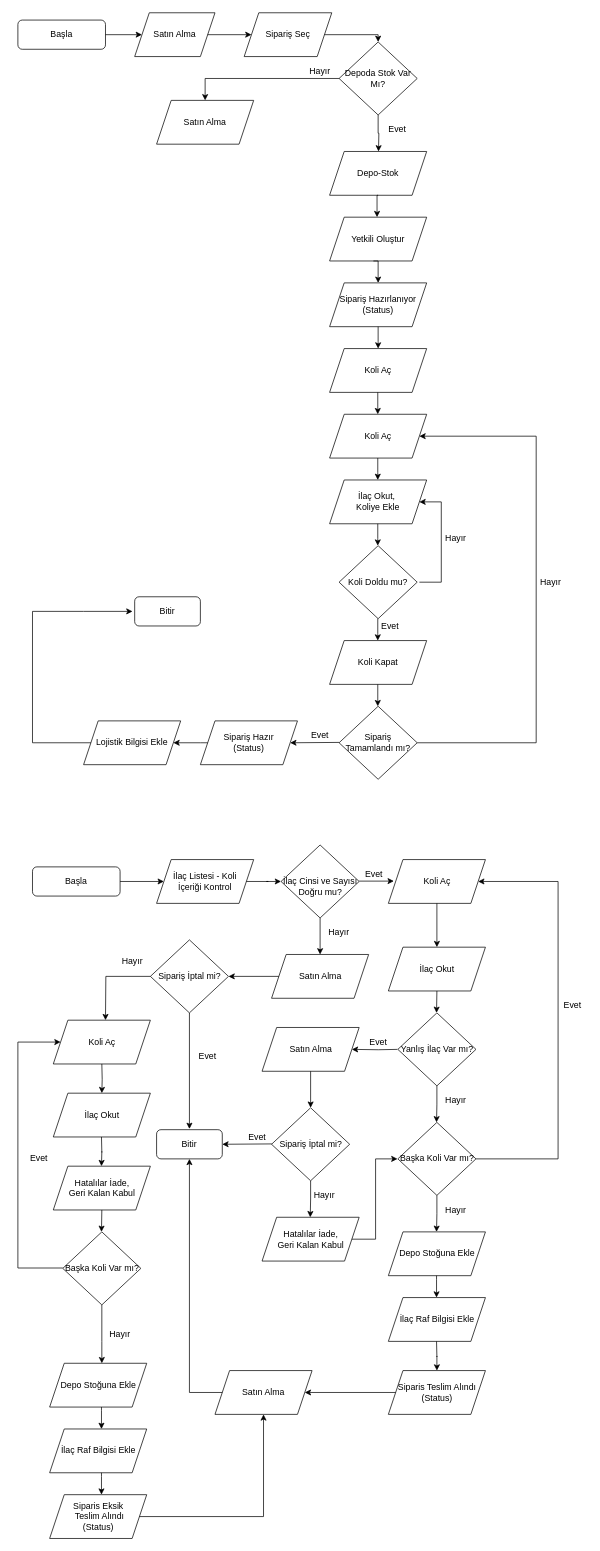
The draw.io diagram akisdiyagrami.drawio in viavolkan/DB_Diyagram, before the edit. Source tidied: cells renumbered, new cells numbered last; positions are measured from the earlier drawing's top-left corner, leaving out a move shared by most shapes. Both pictures are drawn from the tidied source at 73%, with x=0, y=0 at pixel (18, 12).
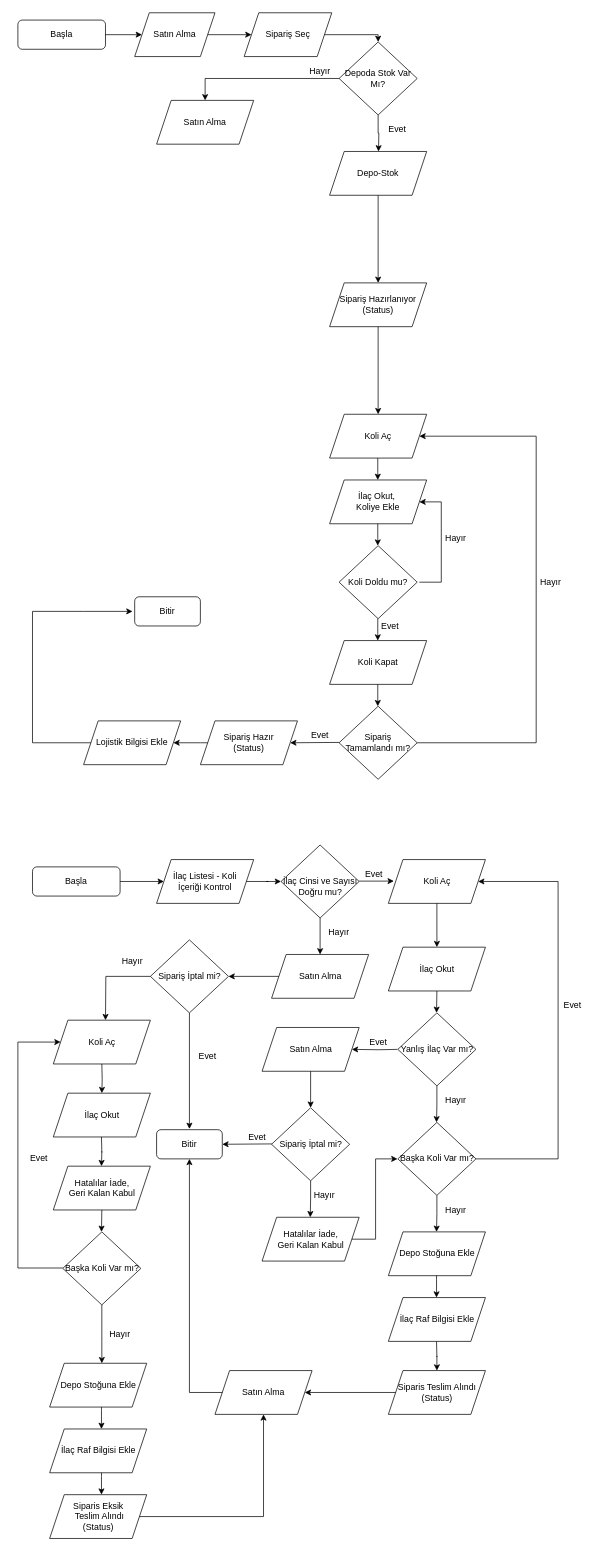
The same diagram, later.

Unchanged cells that the change refers to:
```xml
<mxCell id="13" value="Depo-Stok" style="shape=parallelogram;perimeter=parallelogramPerimeter;whiteSpace=wrap;html=1;fixedSize=1;" parent="1" vertex="1">
  <mxGeometry x="427" y="190" width="133" height="60" as="geometry" />
</mxCell>
<mxCell id="17" value="Sipariş Hazırlanıyor&lt;br&gt;(Status)" style="shape=parallelogram;perimeter=parallelogramPerimeter;whiteSpace=wrap;html=1;fixedSize=1;" parent="1" vertex="1">
  <mxGeometry x="427" y="370" width="133" height="60" as="geometry" />
</mxCell>
<mxCell id="20" value="Koli Aç" style="shape=parallelogram;perimeter=parallelogramPerimeter;whiteSpace=wrap;html=1;fixedSize=1;" parent="1" vertex="1">
  <mxGeometry x="427" y="550" width="133" height="60" as="geometry" />
</mxCell>
```

Change to the diagram source:
```diff
@@
-    <mxCell id="14" value="Yetkili Oluştur" style="shape=parallelogram;perimeter=parallelogramPerimeter;whiteSpace=wrap;html=1;fixedSize=1;" parent="1" vertex="1">
-      <mxGeometry x="427" y="280" width="133" height="60" as="geometry" />
-    </mxCell>
-    <mxCell id="15" style="edgeStyle=orthogonalEdgeStyle;rounded=0;jettySize=auto;html=1;exitX=0.5;exitY=1;exitDx=0;exitDy=0;" parent="1" edge="1" source="13">
-      <mxGeometry relative="1" as="geometry">
-        <mxPoint x="492" y="280" as="targetPoint" />
-      </mxGeometry>
+    <mxCell id="15" style="edgeStyle=orthogonalEdgeStyle;rounded=0;jettySize=auto;html=1;exitX=0.5;exitY=1;exitDx=0;exitDy=0;entryX=0.5;entryY=0;entryDx=0;entryDy=0;" parent="1" edge="1" source="13" target="17">
+      <mxGeometry relative="1" as="geometry" />
     </mxCell>
-    <mxCell id="16" style="edgeStyle=orthogonalEdgeStyle;rounded=0;jettySize=auto;html=1;entryX=0.5;entryY=0;entryDx=0;entryDy=0;" parent="1" edge="1" target="17">
-      <mxGeometry relative="1" as="geometry">
-        <mxPoint x="487" y="340" as="sourcePoint" />
-      </mxGeometry>
-    </mxCell>
@@
-    <mxCell id="18" value="Koli Aç" style="shape=parallelogram;perimeter=parallelogramPerimeter;whiteSpace=wrap;html=1;fixedSize=1;" parent="1" vertex="1">
-      <mxGeometry x="427" y="460" width="133" height="60" as="geometry" />
-    </mxCell>
-    <mxCell id="19" style="edgeStyle=orthogonalEdgeStyle;rounded=0;jettySize=auto;html=1;entryX=0.5;entryY=0;entryDx=0;entryDy=0;exitX=0.5;exitY=1;exitDx=0;exitDy=0;" parent="1" edge="1" source="17" target="18">
-      <mxGeometry relative="1" as="geometry">
-        <Array as="points">
-          <mxPoint x="494" y="450" />
-        </Array>
-      </mxGeometry>
+    <mxCell id="19" style="edgeStyle=orthogonalEdgeStyle;rounded=0;jettySize=auto;html=1;entryX=0.5;entryY=0;entryDx=0;entryDy=0;exitX=0.5;exitY=1;exitDx=0;exitDy=0;" parent="1" edge="1" source="17" target="20">
+      <mxGeometry relative="1" as="geometry" />
     </mxCell>
@@
-    <mxCell id="21" style="edgeStyle=orthogonalEdgeStyle;rounded=0;orthogonalLoop=1;jettySize=auto;html=1;entryX=0.5;entryY=0;entryDx=0;entryDy=0;exitX=0.5;exitY=1;exitDx=0;exitDy=0;" parent="1" edge="1">
-      <mxGeometry relative="1" as="geometry">
-        <mxPoint x="493" y="520" as="sourcePoint" />
-        <mxPoint x="493" y="550" as="targetPoint" />
-        <Array as="points">
-          <mxPoint x="493.5" y="540" />
-        </Array>
-      </mxGeometry>
-    </mxCell>
```
